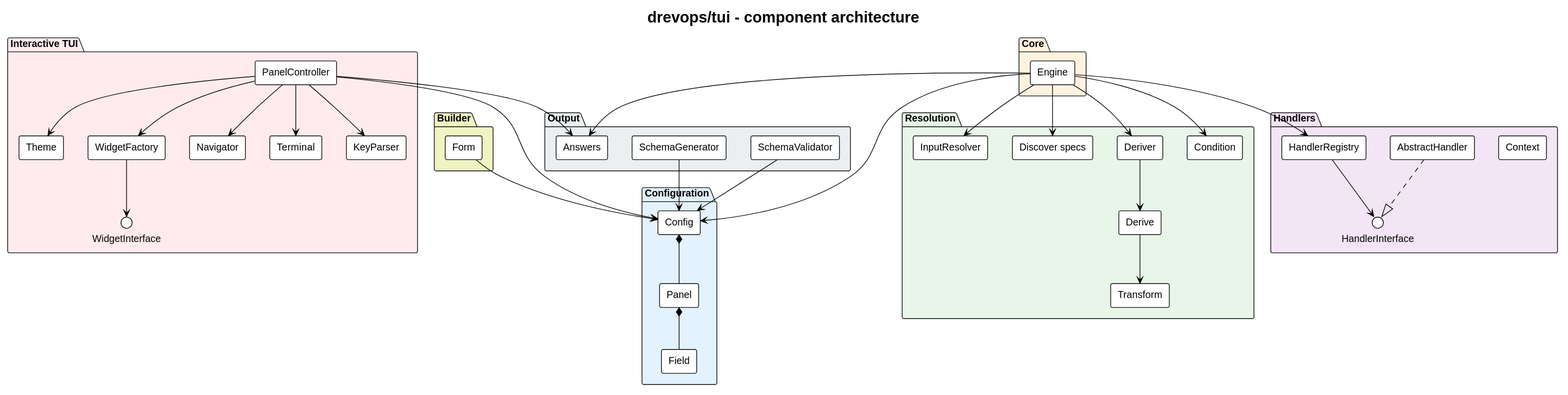
Above: .vortex/tui/docs/architecture/architecture.svg in drevops/vortex (PlantUML), before the change.
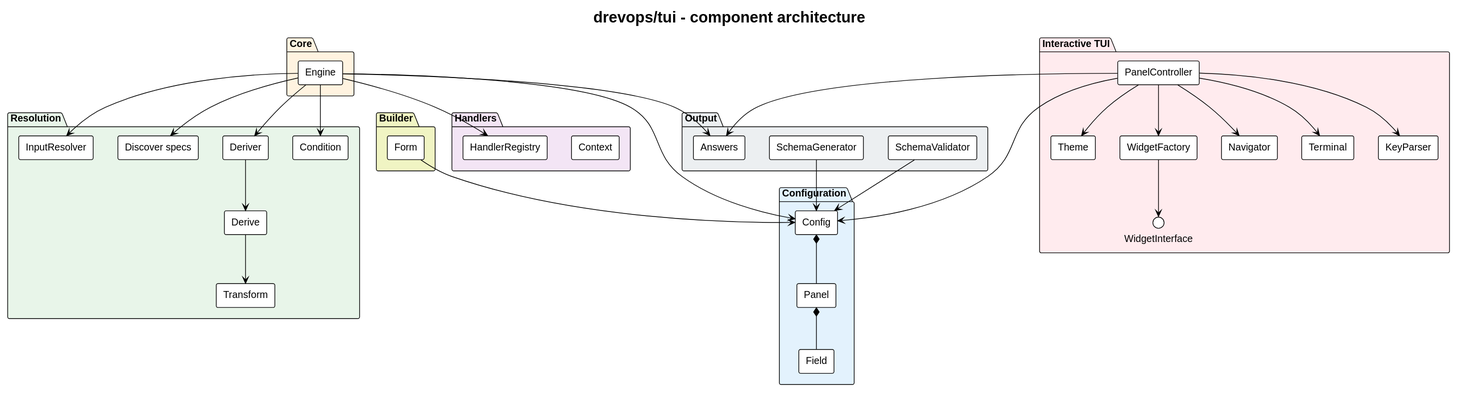
After the change.

Diff of the diagram source:
```diff
@@ -31,8 +31,6 @@
 
 package "Handlers" #F3E5F5 {
   [HandlerRegistry]
-  interface HandlerInterface
-  [AbstractHandler]
   [Context]
 }
 
@@ -64,8 +62,6 @@
 [Derive] --> [Transform]
 [Engine] --> [Condition]
 [Engine] --> [HandlerRegistry]
-[HandlerRegistry] --> HandlerInterface
-[AbstractHandler] ..|> HandlerInterface
 [Engine] --> [Answers]
 
 [SchemaGenerator] --> [Config]
```
